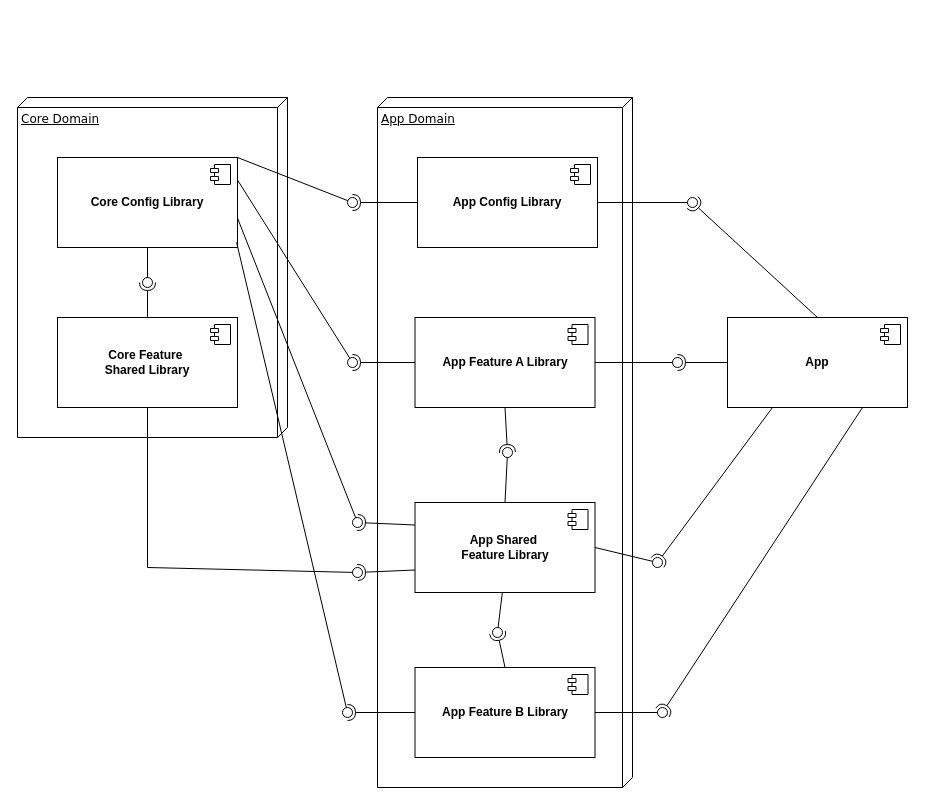
This is Best Practice/monorepo-component-diagram-approach_type2.drawio from fadlurahmanfdev/draw_io, a draw.io file, before an edit. Source tidied: cells renumbered, new cells numbered last; positions are measured from the earlier drawing's top-left corner, leaving out a move shared by most shapes. Both pictures are drawn from the tidied source at 100%, with x=0, y=0 at pixel (17, 97).
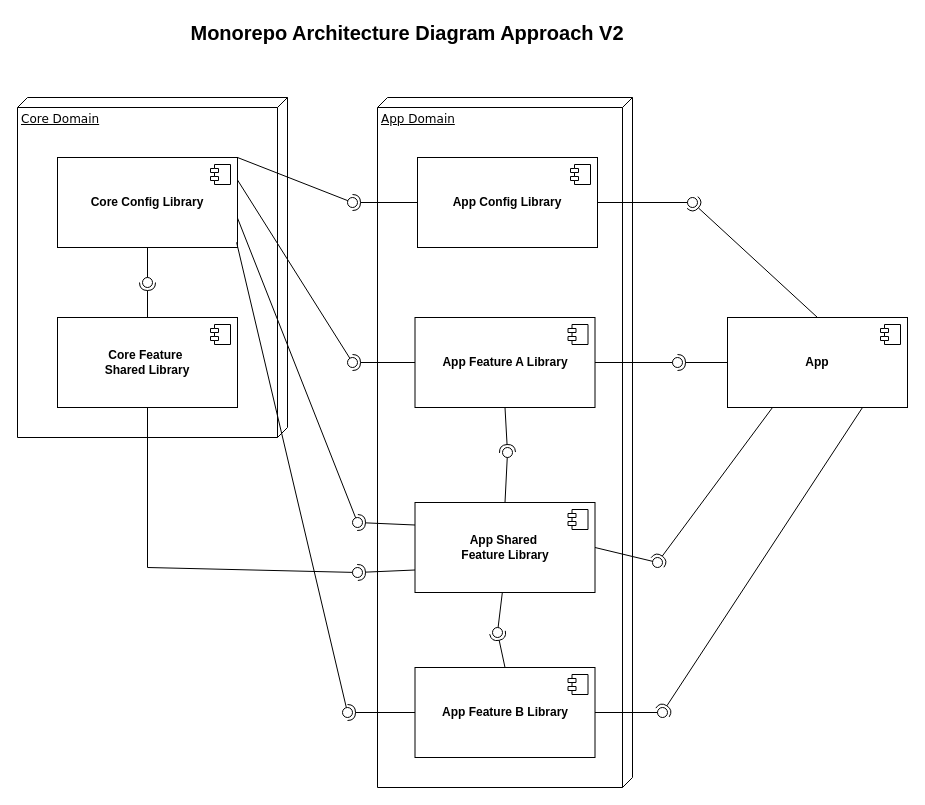
Above is the later version.

Diff of the diagram source:
```diff
@@
+    <mxCell id="78" value="&lt;font style=&quot;font-size: 20px;&quot;&gt;&lt;b&gt;Monorepo Architecture Diagram Approach V2&lt;/b&gt;&lt;/font&gt;" style="text;html=1;align=center;verticalAlign=middle;whiteSpace=wrap;rounded=0;" parent="1" vertex="1">
+      <mxGeometry x="160" y="-80" width="460" height="30" as="geometry" />
+    </mxCell>
```
